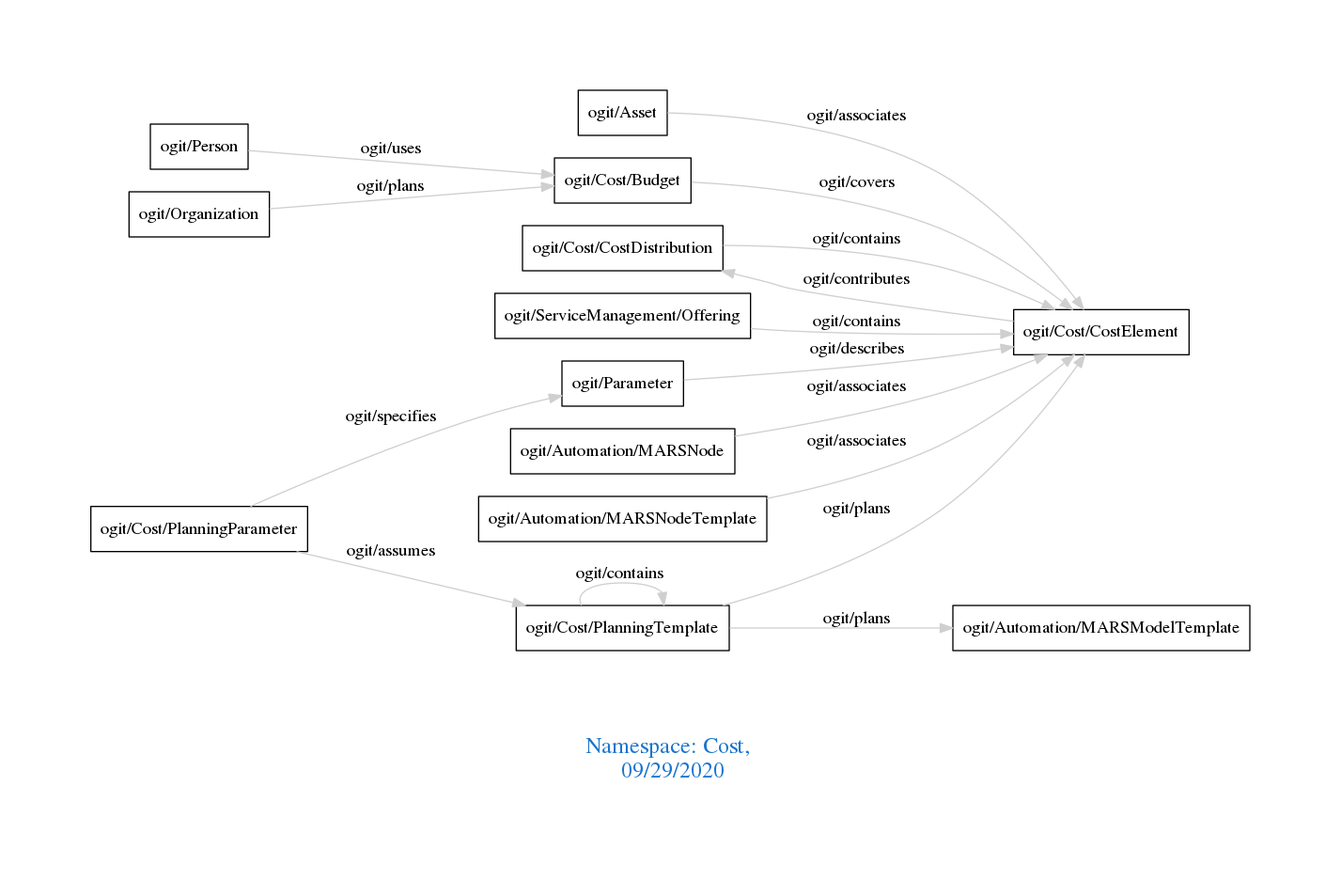
Before: downloads/Cost.png, a diagram exported from Graphviz (arago/OGIT). Its source is kept beside it as downloads/Cost.dot.
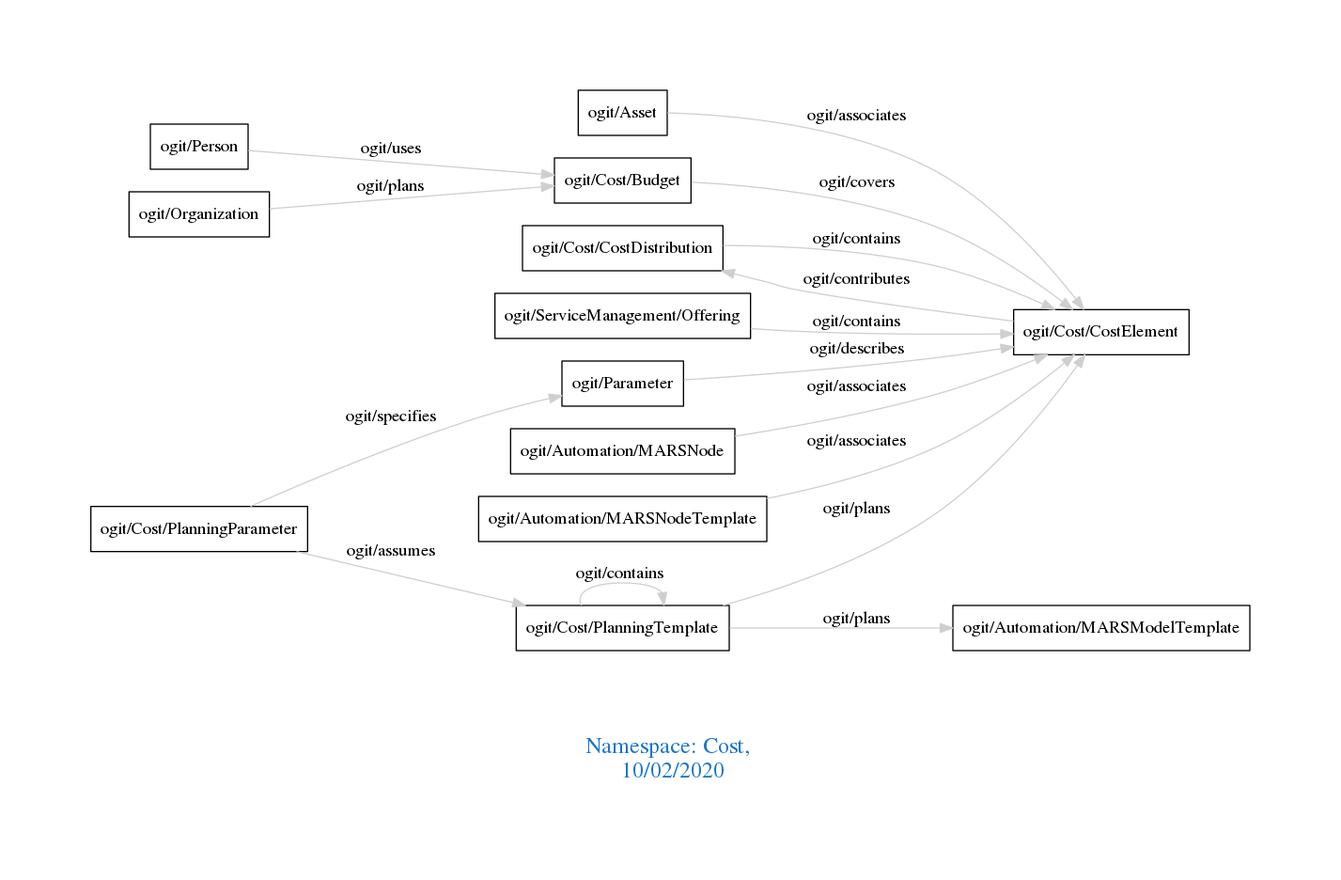
After the commit.

Diff of the diagram source:
```diff
@@ -1,7 +1,7 @@
 digraph OGIT_ontology {
  graph [ rankdir= LR,pad=1
 fontsize = 18,
-fontcolor= dodgerblue3,label = "\n\n\nNamespace: Cost, \n 09/29/2020"];
+fontcolor= dodgerblue3,label = "\n\n\nNamespace: Cost, \n 10/02/2020"];
 node[shape=polygon];
 edge [  color="gray81"];
 
```
